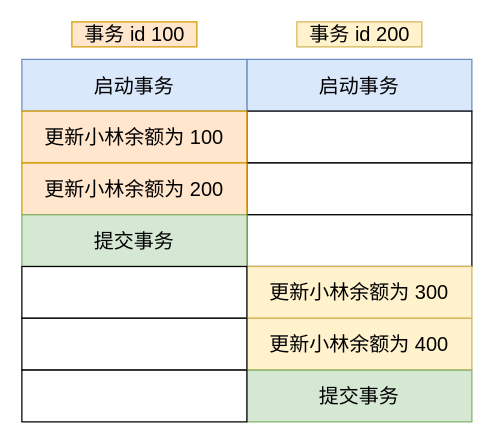
Above: mysql/事务隔离/隐藏列事务操作.drawio in xiaolincoder/ImageHost4 (draw.io), before the change. Source tidied: cells renumbered, new cells numbered last; positions are measured from the earlier drawing's top-left corner, leaving out a move shared by most shapes. Both pictures are drawn from the tidied source at 125%, with x=0, y=0 at pixel (21, 21).
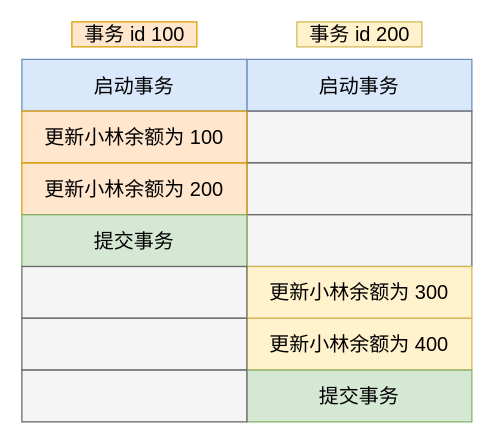
The same diagram, later.

Commit message (it also covers changes not shown here):
更新隐藏列事务操作.drawio

Change to the diagram source:
```diff
@@
 <mxGraphModel>
   <root>
     <mxCell id="0" />
     <mxCell id="1" parent="0" />
     <mxCell id="2" value="启动事务" style="rounded=0;whiteSpace=wrap;html=1;fontSize=16;fillColor=#dae8fc;strokeColor=#6c8ebf;" parent="1" vertex="1">
       <mxGeometry x="180" y="30" width="180" height="41.4" as="geometry" />
     </mxCell>
     <mxCell id="3" value="启动事务" style="rounded=0;whiteSpace=wrap;html=1;fontSize=16;fillColor=#dae8fc;strokeColor=#6c8ebf;" parent="1" vertex="1">
       <mxGeometry y="30" width="180" height="41.4" as="geometry" />
     </mxCell>
-    <mxCell id="4" style="rounded=0;whiteSpace=wrap;html=1;fontSize=16;" parent="1" vertex="1">
+    <mxCell id="4" style="rounded=0;whiteSpace=wrap;html=1;fontSize=16;fillColor=#f5f5f5;strokeColor=#666666;fontColor=#333333;" parent="1" vertex="1">
       <mxGeometry x="180" y="71.4" width="180" height="41.4" as="geometry" />
     </mxCell>
     <mxCell id="5" value="更新小林余额为 100" style="rounded=0;whiteSpace=wrap;html=1;fontSize=16;fillColor=#ffe6cc;strokeColor=#d79b00;" parent="1" vertex="1">
       <mxGeometry y="71.4" width="180" height="41.4" as="geometry" />
     </mxCell>
-    <mxCell id="6" style="rounded=0;whiteSpace=wrap;html=1;fontSize=16;" parent="1" vertex="1">
+    <mxCell id="6" style="rounded=0;whiteSpace=wrap;html=1;fontSize=16;fillColor=#f5f5f5;strokeColor=#666666;fontColor=#333333;" parent="1" vertex="1">
       <mxGeometry x="180" y="112.9" width="180" height="41.4" as="geometry" />
     </mxCell>
     <mxCell id="7" value="&lt;span style=&quot;font-size: 16px;&quot;&gt;更新小林余额为 200&lt;/span&gt;" style="rounded=0;whiteSpace=wrap;html=1;fontSize=16;fillColor=#ffe6cc;strokeColor=#d79b00;" parent="1" vertex="1">
       <mxGeometry y="112.9" width="180" height="41.4" as="geometry" />
     </mxCell>
-    <mxCell id="8" style="rounded=0;whiteSpace=wrap;html=1;fontSize=16;" parent="1" vertex="1">
+    <mxCell id="8" style="rounded=0;whiteSpace=wrap;html=1;fontSize=16;fillColor=#f5f5f5;strokeColor=#666666;fontColor=#333333;" parent="1" vertex="1">
       <mxGeometry x="180" y="154.3" width="180" height="41.4" as="geometry" />
     </mxCell>
     <mxCell id="9" value="提交事务" style="rounded=0;whiteSpace=wrap;html=1;fontSize=16;fillColor=#d5e8d4;strokeColor=#82b366;" parent="1" vertex="1">
       <mxGeometry y="154.3" width="180" height="41.4" as="geometry" />
     </mxCell>
     <mxCell id="10" value="&lt;span style=&quot;font-size: 16px;&quot;&gt;更新小林余额为 300&lt;/span&gt;" style="rounded=0;whiteSpace=wrap;html=1;fontSize=16;fillColor=#fff2cc;strokeColor=#d6b656;" parent="1" vertex="1">
       <mxGeometry x="180" y="195.7" width="180" height="41.4" as="geometry" />
     </mxCell>
-    <mxCell id="11" style="rounded=0;whiteSpace=wrap;html=1;fontSize=16;" parent="1" vertex="1">
+    <mxCell id="11" style="rounded=0;whiteSpace=wrap;html=1;fontSize=16;fillColor=#f5f5f5;strokeColor=#666666;fontColor=#333333;" parent="1" vertex="1">
       <mxGeometry y="195.7" width="180" height="41.4" as="geometry" />
     </mxCell>
     <mxCell id="12" value="&lt;span style=&quot;font-size: 16px;&quot;&gt;更新小林余额为 400&lt;/span&gt;" style="rounded=0;whiteSpace=wrap;html=1;fontSize=16;fillColor=#fff2cc;strokeColor=#d6b656;" parent="1" vertex="1">
       <mxGeometry x="180" y="237.1" width="180" height="41.4" as="geometry" />
     </mxCell>
-    <mxCell id="13" style="rounded=0;whiteSpace=wrap;html=1;fontSize=16;" parent="1" vertex="1">
+    <mxCell id="13" style="rounded=0;whiteSpace=wrap;html=1;fontSize=16;fillColor=#f5f5f5;strokeColor=#666666;fontColor=#333333;" parent="1" vertex="1">
       <mxGeometry y="237.1" width="180" height="41.4" as="geometry" />
     </mxCell>
     <mxCell id="14" value="提交事务" style="rounded=0;whiteSpace=wrap;html=1;fontSize=16;fillColor=#d5e8d4;strokeColor=#82b366;" parent="1" vertex="1">
       <mxGeometry x="180" y="278.6" width="180" height="41.4" as="geometry" />
     </mxCell>
-    <mxCell id="15" style="rounded=0;whiteSpace=wrap;html=1;fontSize=16;" parent="1" vertex="1">
+    <mxCell id="15" style="rounded=0;whiteSpace=wrap;html=1;fontSize=16;fillColor=#f5f5f5;strokeColor=#666666;fontColor=#333333;" parent="1" vertex="1">
       <mxGeometry y="278.6" width="180" height="41.4" as="geometry" />
     </mxCell>
     <mxCell id="16" value="事务 id 100" style="text;html=1;align=center;verticalAlign=middle;strokeColor=#d79b00;fontSize=16;fillColor=#ffe6cc;" parent="1" vertex="1">
       <mxGeometry x="40" width="100" height="20" as="geometry" />
     </mxCell>
     <mxCell id="17" value="事务 id 200" style="text;html=1;align=center;verticalAlign=middle;strokeColor=#d6b656;fontSize=16;fillColor=#fff2cc;" parent="1" vertex="1">
       <mxGeometry x="220" width="100" height="20" as="geometry" />
     </mxCell>
   </root>
 </mxGraphModel>
```
